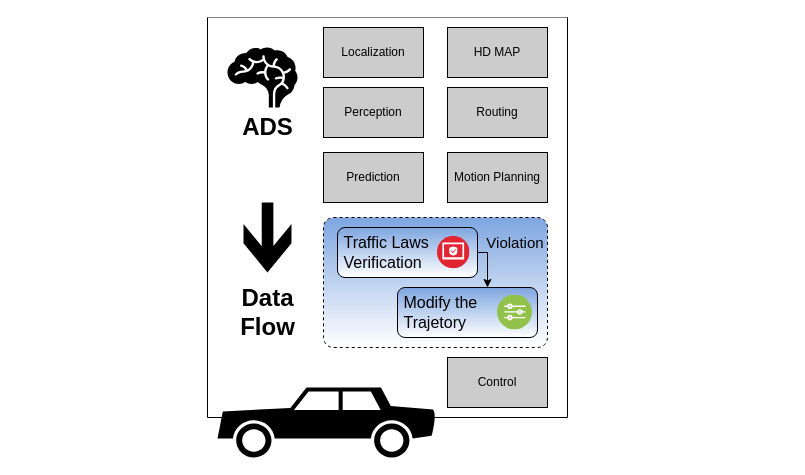
smallzjuer/sav-smu.github.io keeps this draw.io diagram as Untitled Diagram.drawio. Above is the earlier version. Source tidied: cells renumbered, new cells numbered last; positions are measured from the earlier drawing's top-left corner, leaving out a move shared by most shapes. Both pictures are drawn from the tidied source at 100%, with x=0, y=0 at pixel (207, 17).
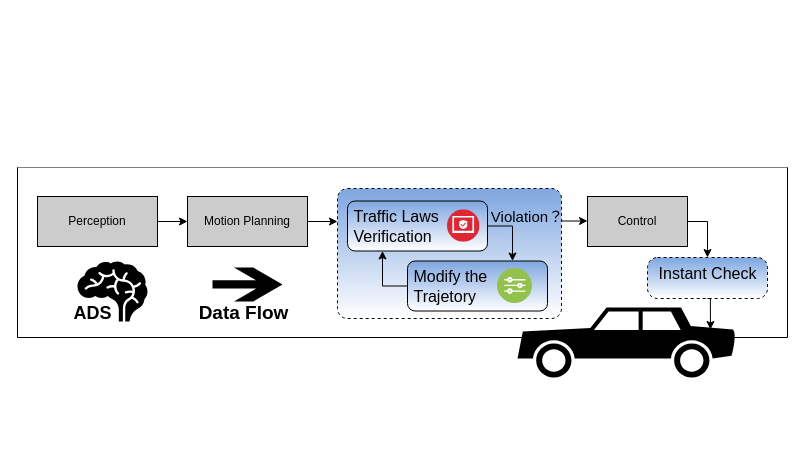
After the change.

What changed in the source:
```diff
@@
-    <mxCell id="2" style="swimlane;startSize=0;gradientColor=#ffffff;swimlaneFillColor=default;" parent="1" vertex="1">
-      <mxGeometry width="360" height="400" as="geometry" />
+    <mxCell id="2" style="swimlane;startSize=0;gradientColor=#ffffff;swimlaneFillColor=default;fontSize=11;" parent="1" vertex="1">
+      <mxGeometry x="-190" y="150" width="770" height="170" as="geometry" />
     </mxCell>
+    <mxCell id="22" style="edgeStyle=orthogonalEdgeStyle;rounded=0;jettySize=auto;html=1;exitX=1;exitY=0.5;exitDx=0;exitDy=0;entryX=0;entryY=0.5;entryDx=0;entryDy=0;fontSize=19;" parent="2" edge="1" source="3" target="8">
+      <mxGeometry relative="1" as="geometry" />
+    </mxCell>
     <mxCell id="3" value="Perception" style="rounded=0;whiteSpace=wrap;html=1;fillColor=#CCCCCC;" parent="2" vertex="1">
-      <mxGeometry x="116" y="70" width="100" height="50" as="geometry" />
+      <mxGeometry x="20" y="29" width="120" height="50" as="geometry" />
     </mxCell>
-    <mxCell id="4" value="Localization" style="rounded=0;whiteSpace=wrap;html=1;fillColor=#CCCCCC;" parent="2" vertex="1">
-      <mxGeometry x="116" y="10" width="100" height="50" as="geometry" />
-    </mxCell>
-    <mxCell id="5" value="HD MAP" style="rounded=0;whiteSpace=wrap;html=1;fillColor=#CCCCCC;" parent="2" vertex="1">
-      <mxGeometry x="240" y="10" width="100" height="50" as="geometry" />
-    </mxCell>
-    <mxCell id="6" value="Routing" style="rounded=0;whiteSpace=wrap;html=1;fillColor=#CCCCCC;" parent="2" vertex="1">
-      <mxGeometry x="240" y="70" width="100" height="50" as="geometry" />
-    </mxCell>
-    <mxCell id="7" value="Prediction" style="rounded=0;whiteSpace=wrap;html=1;fillColor=#CCCCCC;" parent="2" vertex="1">
-      <mxGeometry x="116" y="135" width="100" height="50" as="geometry" />
-    </mxCell>
+    <mxCell id="23" style="edgeStyle=orthogonalEdgeStyle;rounded=0;jettySize=auto;html=1;exitX=1;exitY=0.5;exitDx=0;exitDy=0;entryX=0;entryY=0.25;entryDx=0;entryDy=0;fontSize=19;" parent="2" edge="1" source="8" target="14">
+      <mxGeometry relative="1" as="geometry" />
+    </mxCell>
     <mxCell id="8" value="Motion Planning" style="rounded=0;whiteSpace=wrap;html=1;fillColor=#CCCCCC;" parent="2" vertex="1">
-      <mxGeometry x="240" y="135" width="100" height="50" as="geometry" />
+      <mxGeometry x="170" y="29" width="120" height="50" as="geometry" />
     </mxCell>
     <mxCell id="9" style="shape=mxgraph.signs.healthcare.brain;html=1;fillColor=#000000;strokeColor=none;verticalLabelPosition=bottom;verticalAlign=top;align=center;sketch=0;" parent="2" vertex="1">
-      <mxGeometry x="20" y="30" width="70" height="60" as="geometry" />
+      <mxGeometry x="60" y="94" width="70" height="60" as="geometry" />
     </mxCell>
+    <mxCell id="24" style="edgeStyle=orthogonalEdgeStyle;rounded=0;jettySize=auto;html=1;exitX=1;exitY=0.5;exitDx=0;exitDy=0;entryX=0.5;entryY=0;entryDx=0;entryDy=0;fontSize=19;" parent="2" edge="1" source="10" target="27">
+      <mxGeometry relative="1" as="geometry" />
+    </mxCell>
     <mxCell id="10" value="Control" style="rounded=0;whiteSpace=wrap;html=1;fillColor=#CCCCCC;" parent="2" vertex="1">
-      <mxGeometry x="240" y="340" width="100" height="50" as="geometry" />
+      <mxGeometry x="570" y="29" width="100" height="50" as="geometry" />
     </mxCell>
-    <mxCell id="11" value="ADS" style="text;strokeColor=none;fillColor=none;html=1;fontSize=24;fontStyle=1;verticalAlign=middle;align=center;" parent="2" vertex="1">
-      <mxGeometry x="10" y="90" width="100" height="40" as="geometry" />
+    <mxCell id="11" value="ADS" style="text;strokeColor=none;fillColor=none;html=1;fontSize=18;fontStyle=1;verticalAlign=middle;align=center;" parent="2" vertex="1">
+      <mxGeometry x="40" y="131" width="70" height="30" as="geometry" />
     </mxCell>
-    <mxCell id="12" style="shape=mxgraph.signs.travel.arrow_south;html=1;fillColor=#000000;strokeColor=none;verticalLabelPosition=bottom;verticalAlign=top;align=center;sketch=0;fontSize=17;" parent="2" vertex="1">
-      <mxGeometry x="36" y="185" width="48" height="70" as="geometry" />
+    <mxCell id="12" style="shape=mxgraph.signs.travel.arrow_south;html=1;fillColor=#000000;strokeColor=none;verticalLabelPosition=bottom;verticalAlign=top;align=center;sketch=0;fontSize=17;direction=north;" parent="2" vertex="1">
+      <mxGeometry x="195" y="100" width="70" height="34" as="geometry" />
     </mxCell>
-    <mxCell id="13" value="&lt;div&gt;Data &lt;br&gt;&lt;/div&gt;&lt;div&gt;Flow&lt;/div&gt;" style="text;strokeColor=none;fillColor=none;html=1;fontSize=24;fontStyle=1;verticalAlign=middle;align=center;" parent="2" vertex="1">
-      <mxGeometry x="18" y="260" width="84" height="70" as="geometry" />
+    <mxCell id="13" value="&lt;div style=&quot;font-size: 19px&quot;&gt;Data Flow&lt;/div&gt;" style="text;strokeColor=none;fillColor=none;html=1;fontSize=19;fontStyle=1;verticalAlign=middle;align=center;" parent="2" vertex="1">
+      <mxGeometry x="188.2" y="127.8" width="76.5" height="36.5" as="geometry" />
     </mxCell>
+    <mxCell id="25" style="edgeStyle=orthogonalEdgeStyle;rounded=0;jettySize=auto;html=1;exitX=1;exitY=0.25;exitDx=0;exitDy=0;entryX=0;entryY=0.5;entryDx=0;entryDy=0;fontSize=19;" parent="2" edge="1" source="14" target="10">
+      <mxGeometry relative="1" as="geometry" />
+    </mxCell>
     <mxCell id="14" style="html=1;align=center;verticalAlign=top;rounded=1;absoluteArcSize=1;arcSize=20;dashed=1;fontSize=16;fillColor=#7EA6E0;gradientColor=#ffffff;" parent="2" vertex="1">
-      <mxGeometry x="116" y="200" width="224" height="130" as="geometry" />
+      <mxGeometry x="320" y="21" width="224" height="130" as="geometry" />
     </mxCell>
-    <mxCell id="15" style="edgeStyle=orthogonalEdgeStyle;rounded=0;jettySize=auto;html=1;exitX=1;exitY=0.5;exitDx=0;exitDy=0;entryX=0.643;entryY=0;entryDx=0;entryDy=0;fontSize=16;entryPerimeter=0;" parent="2" edge="1" source="16" target="17">
+    <mxCell id="15" style="edgeStyle=orthogonalEdgeStyle;rounded=0;jettySize=auto;html=1;exitX=1;exitY=0.5;exitDx=0;exitDy=0;entryX=0.75;entryY=0;entryDx=0;entryDy=0;fontSize=16;" parent="2" edge="1" source="16" target="17">
       <mxGeometry relative="1" as="geometry" />
     </mxCell>
     <mxCell id="16" value="&lt;div style=&quot;font-size: 16px&quot; align=&quot;left&quot;&gt;&lt;font style=&quot;font-size: 16px&quot;&gt;&amp;nbsp;Traffic Laws&lt;/font&gt;&lt;/div&gt;&lt;div style=&quot;font-size: 16px&quot; align=&quot;left&quot;&gt;&lt;font style=&quot;font-size: 16px&quot;&gt;&amp;nbsp;Verification&lt;/font&gt;&lt;/div&gt;" style="rounded=1;whiteSpace=wrap;html=1;gradientColor=#ffffff;align=left;fillColor=#7EA6E0;" parent="2" vertex="1">
-      <mxGeometry x="130" y="210" width="140" height="50" as="geometry" />
+      <mxGeometry x="330" y="33.5" width="140" height="50" as="geometry" />
     </mxCell>
+    <mxCell id="26" style="edgeStyle=orthogonalEdgeStyle;rounded=0;jettySize=auto;html=1;exitX=0;exitY=0.5;exitDx=0;exitDy=0;entryX=0.25;entryY=1;entryDx=0;entryDy=0;fontSize=19;" parent="2" edge="1" source="17" target="16">
+      <mxGeometry relative="1" as="geometry" />
+    </mxCell>
     <mxCell id="17" value="&lt;div style=&quot;font-size: 16px&quot;&gt;&lt;font style=&quot;font-size: 16px&quot;&gt;&amp;nbsp;Modify the &lt;br&gt;&lt;/font&gt;&lt;/div&gt;&lt;div style=&quot;font-size: 16px&quot;&gt;&lt;font style=&quot;font-size: 16px&quot;&gt;&amp;nbsp;Trajetory&lt;/font&gt;&lt;/div&gt;" style="rounded=1;whiteSpace=wrap;html=1;gradientColor=#ffffff;align=left;fillColor=#7EA6E0;" parent="2" vertex="1">
-      <mxGeometry x="190" y="270" width="140" height="50" as="geometry" />
+      <mxGeometry x="390" y="93.5" width="140" height="50" as="geometry" />
     </mxCell>
     <mxCell id="18" style="perimeter=ellipsePerimeter;html=1;align=center;shadow=0;dashed=0;fontColor=#4277BB;labelBackgroundColor=#ffffff;fontSize=12;spacingTop=3;image;image=img/lib/ibm/security/trustend_computing.svg;gradientColor=#ffffff;" parent="2" vertex="1">
-      <mxGeometry x="230" y="218.8" width="32.5" height="32.5" as="geometry" />
+      <mxGeometry x="430" y="42.2" width="32.5" height="32.5" as="geometry" />
     </mxCell>
     <mxCell id="19" style="perimeter=ellipsePerimeter;html=1;align=center;shadow=0;dashed=0;fontColor=#4277BB;labelBackgroundColor=#ffffff;fontSize=12;spacingTop=3;image;image=img/lib/ibm/vpc/Rules.svg;gradientColor=#ffffff;" parent="2" vertex="1">
-      <mxGeometry x="290" y="277.5" width="35" height="35" as="geometry" />
+      <mxGeometry x="480" y="101" width="35" height="35" as="geometry" />
     </mxCell>
-    <mxCell id="20" value="&lt;font style=&quot;font-size: 15px&quot;&gt;Violation&lt;/font&gt;" style="text;html=1;strokeColor=none;fillColor=none;align=center;verticalAlign=middle;whiteSpace=wrap;rounded=0;fontSize=16;rotation=0;" parent="2" vertex="1">
-      <mxGeometry x="277.5" y="210" width="60" height="30" as="geometry" />
+    <mxCell id="20" value="&lt;font style=&quot;font-size: 15px&quot;&gt;Violation？&lt;/font&gt;" style="text;html=1;strokeColor=none;fillColor=none;align=center;verticalAlign=middle;whiteSpace=wrap;rounded=0;fontSize=16;rotation=0;" parent="2" vertex="1">
+      <mxGeometry x="480" y="33.5" width="60" height="30" as="geometry" />
     </mxCell>
+    <mxCell id="27" value="Instant Check" style="html=1;align=center;verticalAlign=top;rounded=1;absoluteArcSize=1;arcSize=20;dashed=1;fontSize=16;fillColor=#7EA6E0;gradientColor=#ffffff;" parent="2" vertex="1">
+      <mxGeometry x="630" y="90" width="120" height="41" as="geometry" />
+    </mxCell>
+    <mxCell id="28" style="edgeStyle=orthogonalEdgeStyle;rounded=0;orthogonalLoop=1;jettySize=auto;html=1;exitX=0.5;exitY=1;exitDx=0;exitDy=0;fontSize=19;" parent="2" edge="1" source="11" target="11">
+      <mxGeometry relative="1" as="geometry" />
+    </mxCell>
     <mxCell id="21" style="shape=mxgraph.signs.transportation.car_2;html=1;fillColor=#000000;strokeColor=none;verticalLabelPosition=bottom;verticalAlign=top;align=center;sketch=0;" parent="1" vertex="1">
-      <mxGeometry x="10" y="370" width="220" height="70" as="geometry" />
+      <mxGeometry x="310" y="290" width="220" height="70" as="geometry" />
     </mxCell>
+    <mxCell id="29" style="edgeStyle=orthogonalEdgeStyle;rounded=0;jettySize=auto;html=1;exitX=0.5;exitY=1;exitDx=0;exitDy=0;entryX=0.877;entryY=0.314;entryDx=0;entryDy=0;entryPerimeter=0;fontSize=19;" parent="1" edge="1" source="27" target="21">
+      <mxGeometry relative="1" as="geometry" />
+    </mxCell>
```
